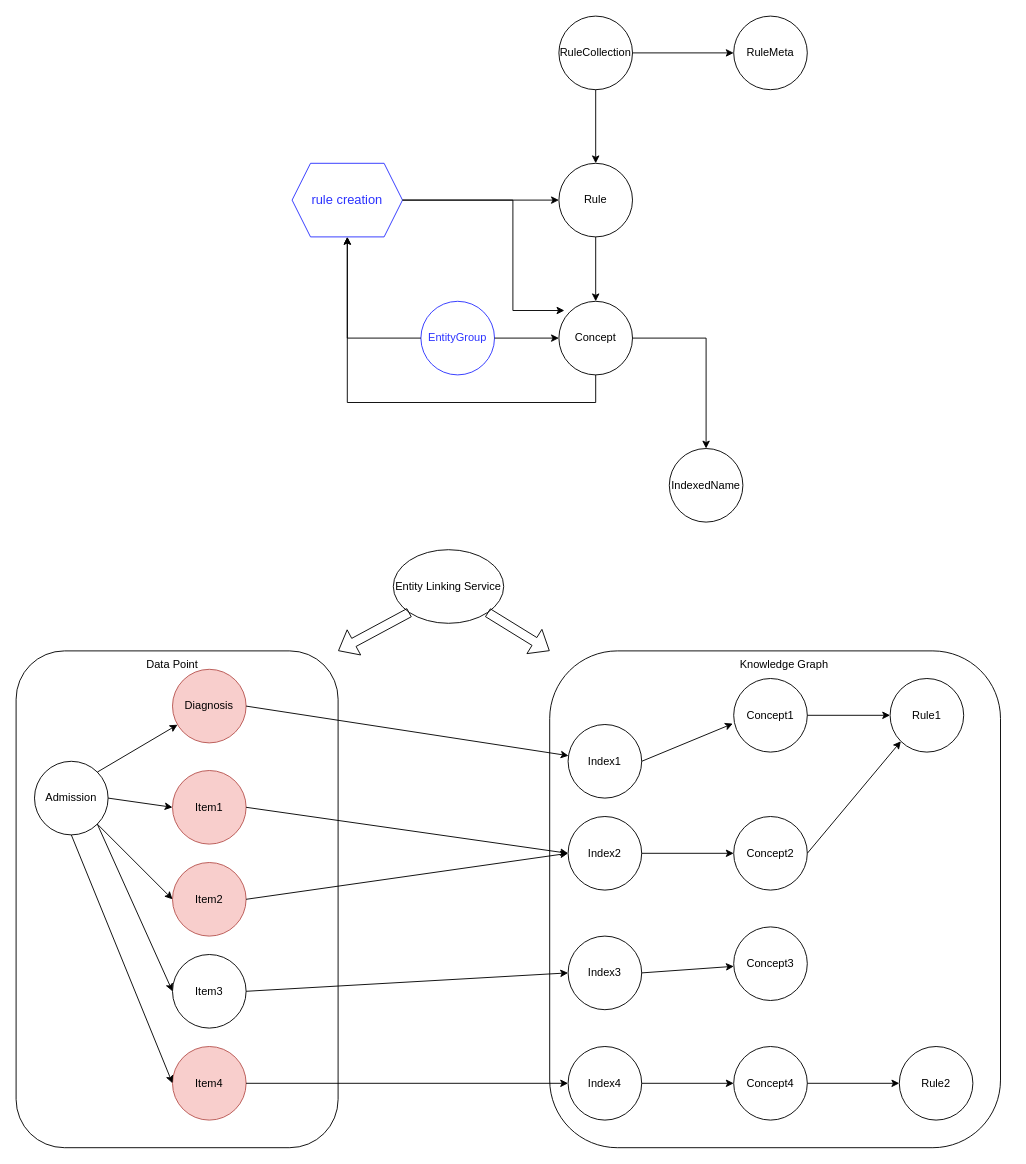
This is elverse-neo4j-topology.drawio from XiaoLiuAI/diagrams, a draw.io file, before an edit. Source tidied: cells renumbered, new cells numbered last; positions are measured from the earlier drawing's top-left corner, leaving out a move shared by most shapes. Both pictures are drawn from the tidied source at 92%, with x=0, y=0 at pixel (16, 16).
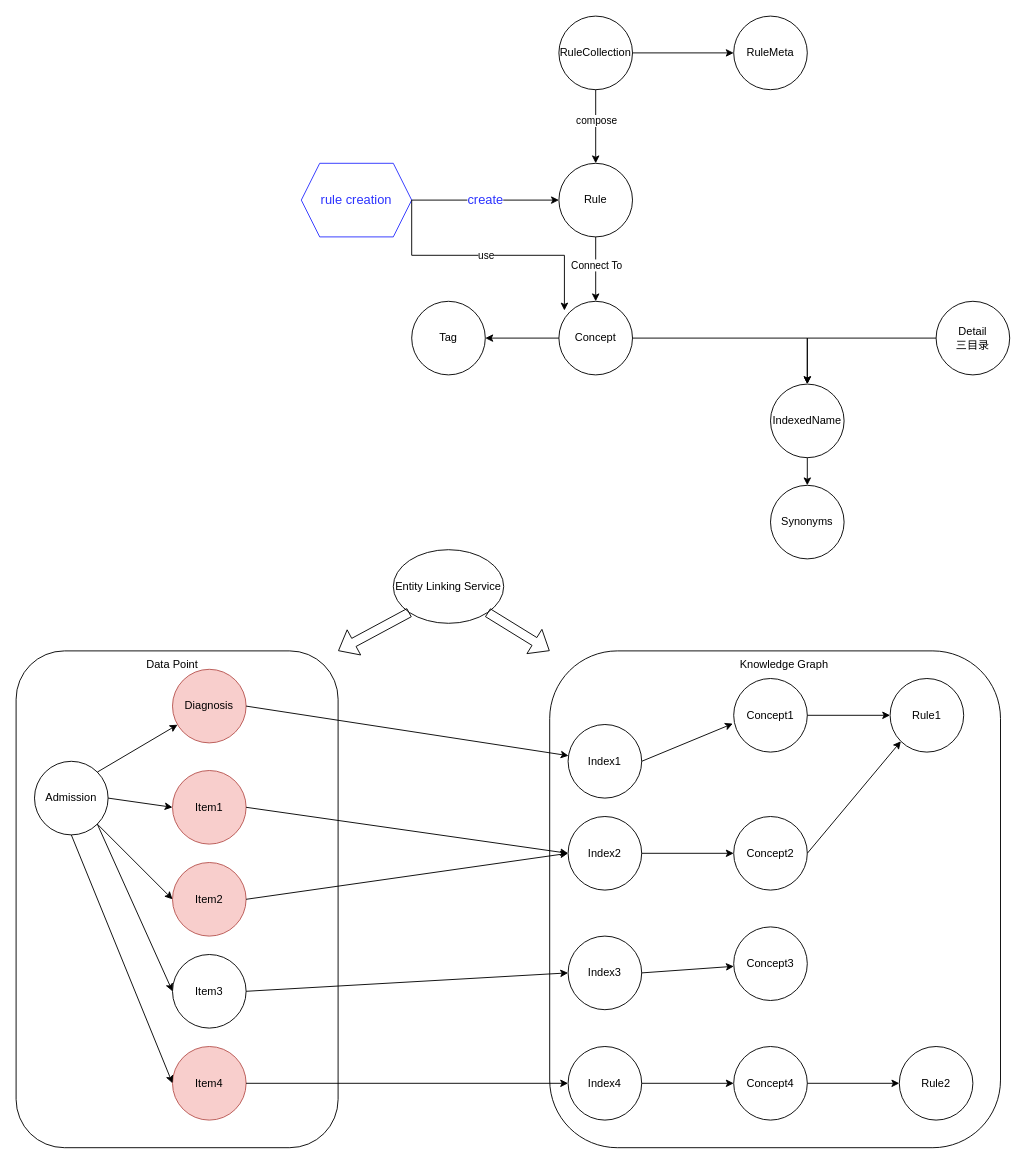
After the change.

The change refers to these unchanged cells:
```xml
<mxCell id="4" value="Concept" style="ellipse;whiteSpace=wrap;html=1;" parent="1" vertex="1">
  <mxGeometry x="590" y="310" width="80" height="80" as="geometry" />
</mxCell>
<mxCell id="5" value="Rule" style="ellipse;whiteSpace=wrap;html=1;" parent="1" vertex="1">
  <mxGeometry x="590" y="160" width="80" height="80" as="geometry" />
</mxCell>
<mxCell id="8" style="endArrow=classic;html=1;rounded=0;exitX=0.5;exitY=1;exitDx=0;exitDy=0;entryX=0.5;entryY=0;entryDx=0;entryDy=0;" parent="1" edge="1" source="6" target="5">
  <mxGeometry relative="1" as="geometry" />
</mxCell>
<mxCell id="9" style="endArrow=classic;html=1;rounded=0;exitX=0.5;exitY=1;exitDx=0;exitDy=0;entryX=0.5;entryY=0;entryDx=0;entryDy=0;" parent="1" edge="1" source="5" target="4">
  <mxGeometry relative="1" as="geometry" />
</mxCell>
```

The edit, as a diff of the source:
```diff
@@
+    <mxCell id="58" value="compose" style="edgeLabel;html=1;align=center;verticalAlign=middle;" parent="8" vertex="1">
+      <mxGeometry x="-0.17" relative="1" as="geometry" />
+    </mxCell>
@@
+    <mxCell id="59" value="Connect To" style="edgeLabel;html=1;align=center;verticalAlign=middle;" parent="9" vertex="1">
+      <mxGeometry x="-0.14" relative="1" as="geometry" />
+    </mxCell>
     <mxCell id="10" value="IndexedName" style="ellipse;whiteSpace=wrap;html=1;" parent="1" vertex="1">
-      <mxGeometry x="710" y="470" width="80" height="80" as="geometry" />
+      <mxGeometry x="820" y="400" width="80" height="80" as="geometry" />
     </mxCell>
@@
-    <mxCell id="13" value="&lt;font color=&quot;#2b32ff&quot;&gt;EntityGroup&lt;/font&gt;" style="ellipse;whiteSpace=wrap;html=1;strokeColor=#2B32FF;" parent="1" vertex="1">
-      <mxGeometry x="440" y="310" width="80" height="80" as="geometry" />
-    </mxCell>
-    <mxCell id="14" style="endArrow=classic;html=1;rounded=0;fontSize=8;fontColor=#2B32FF;exitX=1;exitY=0.5;exitDx=0;exitDy=0;entryX=0;entryY=0.5;entryDx=0;entryDy=0;" parent="1" edge="1" source="13" target="4">
-      <mxGeometry relative="1" as="geometry" />
-    </mxCell>
     <mxCell id="15" value="rule creation" style="shape=hexagon;perimeter=hexagonPerimeter2;whiteSpace=wrap;html=1;fixedSize=1;fontSize=14;fontColor=#2B32FF;strokeColor=#2B32FF;" parent="1" vertex="1">
-      <mxGeometry x="300" y="160" width="120" height="80" as="geometry" />
+      <mxGeometry x="310" y="160" width="120" height="80" as="geometry" />
     </mxCell>
-    <mxCell id="16" style="edgeStyle=segmentEdgeStyle;endArrow=classic;html=1;rounded=0;fontSize=14;fontColor=#2B32FF;entryX=0.5;entryY=1;entryDx=0;entryDy=0;exitX=0;exitY=0.5;exitDx=0;exitDy=0;" parent="1" edge="1" source="13" target="15">
-      <mxGeometry relative="1" as="geometry" />
-    </mxCell>
-    <mxCell id="17" style="endArrow=classic;html=1;rounded=0;fontSize=14;fontColor=#2B32FF;exitX=1;exitY=0.5;exitDx=0;exitDy=0;entryX=0;entryY=0.5;entryDx=0;entryDy=0;" parent="1" edge="1" source="15" target="5">
+    <mxCell id="17" value="create" style="endArrow=classic;html=1;rounded=0;fontSize=14;fontColor=#2B32FF;exitX=1;exitY=0.5;exitDx=0;exitDy=0;entryX=0;entryY=0.5;entryDx=0;entryDy=0;" parent="1" edge="1" source="15" target="5">
       <mxGeometry relative="1" as="geometry" />
     </mxCell>
-    <mxCell id="18" style="edgeStyle=elbowEdgeStyle;elbow=horizontal;endArrow=classic;html=1;rounded=0;fontSize=14;fontColor=#2B32FF;exitX=1;exitY=0.5;exitDx=0;exitDy=0;entryX=0.075;entryY=0.125;entryDx=0;entryDy=0;entryPerimeter=0;" parent="1" edge="1" source="15" target="4">
+    <mxCell id="18" style="edgeStyle=elbowEdgeStyle;elbow=vertical;endArrow=classic;html=1;rounded=0;fontSize=14;fontColor=#2B32FF;exitX=1;exitY=0.5;exitDx=0;exitDy=0;entryX=0.075;entryY=0.125;entryDx=0;entryDy=0;entryPerimeter=0;" parent="1" edge="1" source="15" target="4">
       <mxGeometry relative="1" as="geometry">
         <Array as="points">
           <mxPoint x="540" y="260" />
         </Array>
       </mxGeometry>
     </mxCell>
-    <mxCell id="19" style="edgeStyle=segmentEdgeStyle;endArrow=classic;html=1;rounded=0;fontSize=14;fontColor=#2B32FF;entryX=0.5;entryY=1;entryDx=0;entryDy=0;exitX=0.5;exitY=1;exitDx=0;exitDy=0;" parent="1" edge="1" source="4" target="15">
-      <mxGeometry relative="1" as="geometry">
-        <Array as="points">
-          <mxPoint x="630" y="420" />
-          <mxPoint x="360" y="420" />
-        </Array>
-      </mxGeometry>
-    </mxCell>
+    <mxCell id="60" value="use" style="edgeLabel;html=1;align=center;verticalAlign=middle;" parent="18" vertex="1">
+      <mxGeometry x="-0.45" relative="1" as="geometry">
+        <mxPoint x="61" as="offset" />
+      </mxGeometry>
+    </mxCell>
@@
+    <mxCell id="61" value="Detail&lt;br&gt;三目录" style="ellipse;whiteSpace=wrap;html=1;" parent="1" vertex="1">
+      <mxGeometry x="1000" y="310" width="80" height="80" as="geometry" />
+    </mxCell>
+    <mxCell id="62" style="edgeStyle=segmentEdgeStyle;endArrow=classic;html=1;rounded=0;exitX=0;exitY=0.5;exitDx=0;exitDy=0;entryX=0.5;entryY=0;entryDx=0;entryDy=0;" parent="1" edge="1" source="61" target="10">
+      <mxGeometry relative="1" as="geometry" />
+    </mxCell>
+    <mxCell id="63" value="Synonyms" style="ellipse;whiteSpace=wrap;html=1;" parent="1" vertex="1">
+      <mxGeometry x="820" y="510" width="80" height="80" as="geometry" />
+    </mxCell>
+    <mxCell id="64" style="endArrow=classic;html=1;rounded=0;entryX=0.5;entryY=0;entryDx=0;entryDy=0;exitX=0.5;exitY=1;exitDx=0;exitDy=0;" parent="1" edge="1" source="10" target="63">
+      <mxGeometry relative="1" as="geometry" />
+    </mxCell>
+    <mxCell id="65" value="Tag" style="ellipse;whiteSpace=wrap;html=1;" parent="1" vertex="1">
+      <mxGeometry x="430" y="310" width="80" height="80" as="geometry" />
+    </mxCell>
+    <mxCell id="66" style="endArrow=classic;html=1;rounded=0;exitX=0;exitY=0.5;exitDx=0;exitDy=0;entryX=1;entryY=0.5;entryDx=0;entryDy=0;" parent="1" edge="1" source="4" target="65">
+      <mxGeometry relative="1" as="geometry" />
+    </mxCell>
```
